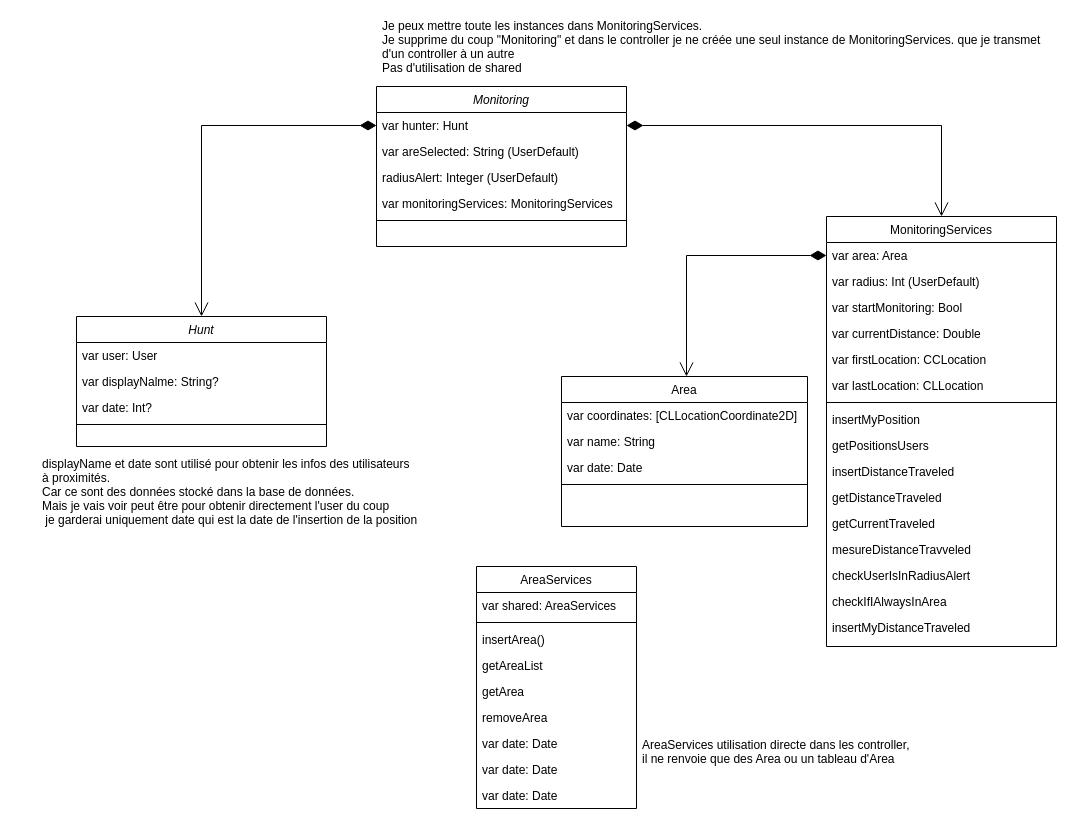
Above: SafelyHunt.drawio in yoan8306/SafelyHunt (draw.io), before the change. Source tidied: cells renumbered, new cells numbered last; positions are measured from the earlier drawing's top-left corner, leaving out a move shared by most shapes. Both pictures are drawn from the tidied source at 100%, with x=0, y=0 at pixel (36, 16).
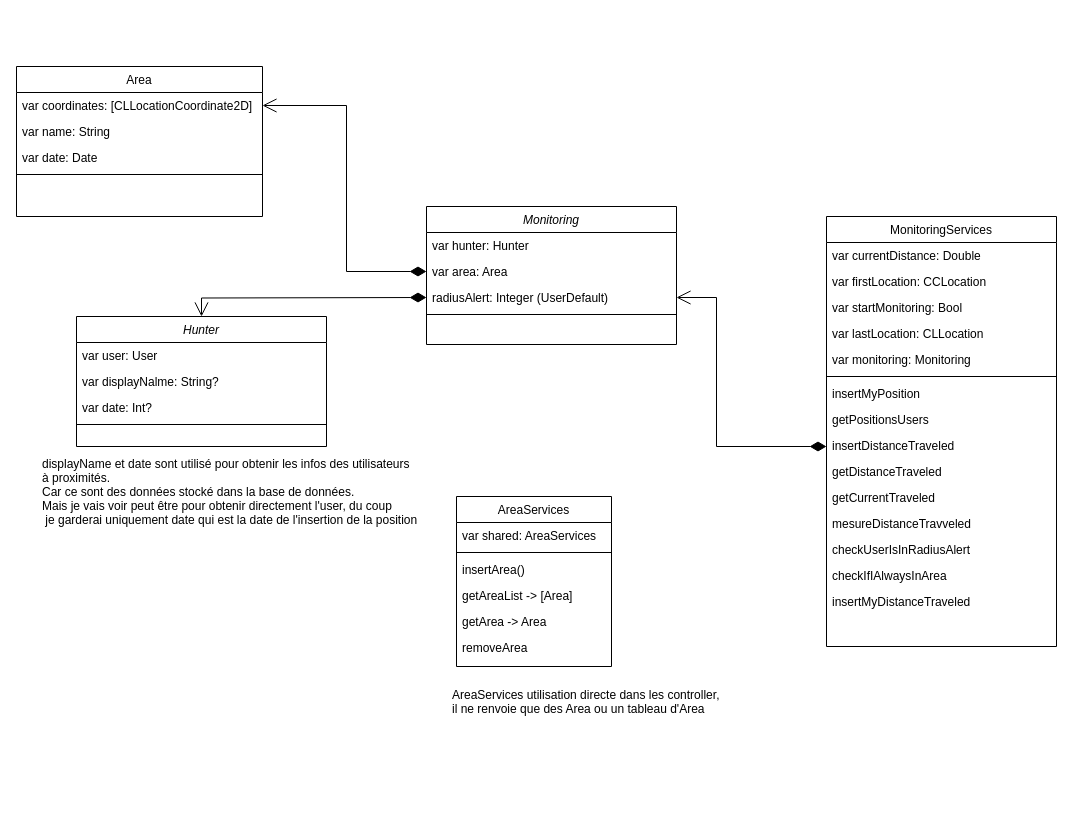
The same diagram, later.

Unchanged cells that the change refers to:
```xml
<mxCell id="5" value="radiusAlert: Integer (UserDefault)" style="text;align=left;verticalAlign=top;spacingLeft=4;spacingRight=4;overflow=hidden;points=[[0,0.5],[1,0.5]];portConstraint=eastwest;rounded=0;shadow=0;html=0;" parent="2" vertex="1">
  <mxGeometry y="78" width="250" height="26" as="geometry" />
</mxCell>
<mxCell id="9" value="var coordinates: [CLLocationCoordinate2D]" style="text;align=left;verticalAlign=top;spacingLeft=4;spacingRight=4;overflow=hidden;points=[[0,0.5],[1,0.5]];portConstraint=eastwest;" parent="8" vertex="1">
  <mxGeometry y="26" width="246" height="26" as="geometry" />
</mxCell>
<mxCell id="23" value="MonitoringServices" style="swimlane;fontStyle=0;align=center;verticalAlign=top;horizontal=1;startSize=26;rounded=0;shadow=0;strokeWidth=1;" parent="1" vertex="1">
  <mxGeometry x="790" y="200" width="230" height="430" as="geometry" />
</mxCell>
```

Diff of the diagram source:
```diff
@@
     <mxCell id="2" value="Monitoring" style="swimlane;fontStyle=2;align=center;verticalAlign=top;horizontal=1;startSize=26;rounded=0;shadow=0;strokeWidth=1;" parent="1" vertex="1">
-      <mxGeometry x="340" y="70" width="250" height="160" as="geometry" />
+      <mxGeometry x="390" y="190" width="250" height="138" as="geometry" />
     </mxCell>
-    <mxCell id="3" value="var hunter: Hunt" style="text;align=left;verticalAlign=top;spacingLeft=4;spacingRight=4;overflow=hidden;points=[[0,0.5],[1,0.5]];portConstraint=eastwest;" parent="2" vertex="1">
+    <mxCell id="3" value="var hunter: Hunter" style="text;align=left;verticalAlign=top;spacingLeft=4;spacingRight=4;overflow=hidden;points=[[0,0.5],[1,0.5]];portConstraint=eastwest;" parent="2" vertex="1">
       <mxGeometry y="26" width="250" height="26" as="geometry" />
     </mxCell>
-    <mxCell id="4" value="var areSelected: String (UserDefault)" style="text;align=left;verticalAlign=top;spacingLeft=4;spacingRight=4;overflow=hidden;rounded=0;shadow=0;html=0;" parent="2" vertex="1">
-      <mxGeometry y="52" width="250" height="26" as="geometry" />
-    </mxCell>
+    <mxCell id="24" value="var area: Area" style="text;align=left;verticalAlign=top;spacingLeft=4;spacingRight=4;overflow=hidden;points=[[0,0.5],[1,0.5]];portConstraint=eastwest;" parent="2" vertex="1">
+      <mxGeometry y="52" width="250" height="26" as="geometry" />
+    </mxCell>
@@
-    <mxCell id="6" value="var monitoringServices: MonitoringServices" style="text;align=left;verticalAlign=top;spacingLeft=4;spacingRight=4;overflow=hidden;" parent="2" vertex="1">
-      <mxGeometry y="104" width="250" height="26" as="geometry" />
-    </mxCell>
     <mxCell id="7" style="line;html=1;strokeWidth=1;align=left;verticalAlign=middle;spacingTop=-1;spacingLeft=3;spacingRight=3;labelPosition=right;" parent="2" vertex="1">
-      <mxGeometry y="130" width="250" height="8" as="geometry" />
+      <mxGeometry y="104" width="250" height="8" as="geometry" />
     </mxCell>
     <mxCell id="8" value="Area" style="swimlane;fontStyle=0;align=center;verticalAlign=top;horizontal=1;startSize=26;rounded=0;shadow=0;strokeWidth=1;" parent="1" vertex="1">
-      <mxGeometry x="525" y="360" width="246" height="150" as="geometry" />
+      <mxGeometry x="-20" y="50" width="246" height="150" as="geometry" />
     </mxCell>
@@
     <mxCell id="13" value="AreaServices" style="swimlane;fontStyle=0;align=center;verticalAlign=top;horizontal=1;startSize=26;rounded=0;shadow=0;strokeWidth=1;" parent="1" vertex="1">
-      <mxGeometry x="440" y="550" width="160" height="242" as="geometry" />
+      <mxGeometry x="420" y="480" width="155" height="170" as="geometry" />
     </mxCell>
     <mxCell id="14" value="var shared: AreaServices" style="text;align=left;verticalAlign=top;spacingLeft=4;spacingRight=4;overflow=hidden;" parent="13" vertex="1">
-      <mxGeometry y="26" width="160" height="26" as="geometry" />
+      <mxGeometry y="26" width="155" height="26" as="geometry" />
     </mxCell>
     <mxCell id="15" style="line;html=1;strokeWidth=1;align=left;verticalAlign=middle;spacingTop=-1;spacingLeft=3;spacingRight=3;labelPosition=right;" parent="13" vertex="1">
-      <mxGeometry y="52" width="160" height="8" as="geometry" />
+      <mxGeometry y="52" width="155" height="8" as="geometry" />
     </mxCell>
     <mxCell id="16" value="insertArea()" style="text;align=left;verticalAlign=top;spacingLeft=4;spacingRight=4;overflow=hidden;" parent="13" vertex="1">
-      <mxGeometry y="60" width="160" height="26" as="geometry" />
+      <mxGeometry y="60" width="155" height="26" as="geometry" />
     </mxCell>
-    <mxCell id="17" value="getAreaList" style="text;align=left;verticalAlign=top;spacingLeft=4;spacingRight=4;overflow=hidden;" parent="13" vertex="1">
-      <mxGeometry y="86" width="160" height="26" as="geometry" />
+    <mxCell id="17" value="getAreaList -&gt; [Area]" style="text;align=left;verticalAlign=top;spacingLeft=4;spacingRight=4;overflow=hidden;" parent="13" vertex="1">
+      <mxGeometry y="86" width="155" height="26" as="geometry" />
     </mxCell>
-    <mxCell id="18" value="getArea" style="text;align=left;verticalAlign=top;spacingLeft=4;spacingRight=4;overflow=hidden;" parent="13" vertex="1">
-      <mxGeometry y="112" width="160" height="26" as="geometry" />
+    <mxCell id="18" value="getArea -&gt; Area" style="text;align=left;verticalAlign=top;spacingLeft=4;spacingRight=4;overflow=hidden;" parent="13" vertex="1">
+      <mxGeometry y="112" width="155" height="26" as="geometry" />
     </mxCell>
     <mxCell id="19" value="removeArea" style="text;align=left;verticalAlign=top;spacingLeft=4;spacingRight=4;overflow=hidden;" parent="13" vertex="1">
-      <mxGeometry y="138" width="160" height="26" as="geometry" />
+      <mxGeometry y="138" width="155" height="26" as="geometry" />
     </mxCell>
-    <mxCell id="20" value="var date: Date" style="text;align=left;verticalAlign=top;spacingLeft=4;spacingRight=4;overflow=hidden;" parent="13" vertex="1">
-      <mxGeometry y="164" width="160" height="26" as="geometry" />
-    </mxCell>
-    <mxCell id="21" value="var date: Date" style="text;align=left;verticalAlign=top;spacingLeft=4;spacingRight=4;overflow=hidden;" parent="13" vertex="1">
-      <mxGeometry y="190" width="160" height="26" as="geometry" />
-    </mxCell>
-    <mxCell id="22" value="var date: Date" style="text;align=left;verticalAlign=top;spacingLeft=4;spacingRight=4;overflow=hidden;" parent="13" vertex="1">
-      <mxGeometry y="216" width="160" height="26" as="geometry" />
-    </mxCell>
@@
-    <mxCell id="24" value="var area: Area" style="text;align=left;verticalAlign=top;spacingLeft=4;spacingRight=4;overflow=hidden;points=[[0,0.5],[1,0.5]];portConstraint=eastwest;" parent="23" vertex="1">
-      <mxGeometry y="26" width="230" height="26" as="geometry" />
-    </mxCell>
-    <mxCell id="25" value="var radius: Int (UserDefault)" style="text;align=left;verticalAlign=top;spacingLeft=4;spacingRight=4;overflow=hidden;rounded=0;shadow=0;html=0;" parent="23" vertex="1">
-      <mxGeometry y="52" width="230" height="26" as="geometry" />
-    </mxCell>
-    <mxCell id="26" value="var startMonitoring: Bool" style="text;align=left;verticalAlign=top;spacingLeft=4;spacingRight=4;overflow=hidden;rounded=0;shadow=0;html=0;" parent="23" vertex="1">
-      <mxGeometry y="78" width="230" height="26" as="geometry" />
-    </mxCell>
     <mxCell id="27" value="var currentDistance: Double" style="text;align=left;verticalAlign=top;spacingLeft=4;spacingRight=4;overflow=hidden;rounded=0;shadow=0;html=0;" parent="23" vertex="1">
-      <mxGeometry y="104" width="230" height="26" as="geometry" />
+      <mxGeometry y="26" width="230" height="26" as="geometry" />
     </mxCell>
     <mxCell id="28" value="var firstLocation: CCLocation" style="text;align=left;verticalAlign=top;spacingLeft=4;spacingRight=4;overflow=hidden;rounded=0;shadow=0;html=0;" parent="23" vertex="1">
-      <mxGeometry y="130" width="230" height="26" as="geometry" />
+      <mxGeometry y="52" width="230" height="26" as="geometry" />
     </mxCell>
+    <mxCell id="26" value="var startMonitoring: Bool" style="text;align=left;verticalAlign=top;spacingLeft=4;spacingRight=4;overflow=hidden;rounded=0;shadow=0;html=0;" parent="23" vertex="1">
+      <mxGeometry y="78" width="230" height="26" as="geometry" />
+    </mxCell>
     <mxCell id="29" value="var lastLocation: CLLocation" style="text;align=left;verticalAlign=top;spacingLeft=4;spacingRight=4;overflow=hidden;rounded=0;shadow=0;html=0;" parent="23" vertex="1">
-      <mxGeometry y="156" width="230" height="26" as="geometry" />
+      <mxGeometry y="104" width="230" height="26" as="geometry" />
     </mxCell>
+    <mxCell id="51" value="var monitoring: Monitoring" style="text;align=left;verticalAlign=top;spacingLeft=4;spacingRight=4;overflow=hidden;rounded=0;shadow=0;html=0;" parent="23" vertex="1">
+      <mxGeometry y="130" width="230" height="26" as="geometry" />
+    </mxCell>
     <mxCell id="30" style="line;html=1;strokeWidth=1;align=left;verticalAlign=middle;spacingTop=-1;spacingLeft=3;spacingRight=3;labelPosition=right;" parent="23" vertex="1">
-      <mxGeometry y="182" width="230" height="8" as="geometry" />
+      <mxGeometry y="156" width="230" height="8" as="geometry" />
     </mxCell>
     <mxCell id="31" value="insertMyPosition" style="text;align=left;verticalAlign=top;spacingLeft=4;spacingRight=4;overflow=hidden;" parent="23" vertex="1">
-      <mxGeometry y="190" width="230" height="26" as="geometry" />
+      <mxGeometry y="164" width="230" height="26" as="geometry" />
     </mxCell>
     <mxCell id="32" value="getPositionsUsers" style="text;align=left;verticalAlign=top;spacingLeft=4;spacingRight=4;overflow=hidden;" parent="23" vertex="1">
-      <mxGeometry y="216" width="230" height="26" as="geometry" />
+      <mxGeometry y="190" width="230" height="26" as="geometry" />
     </mxCell>
     <mxCell id="33" value="insertDistanceTraveled" style="text;align=left;verticalAlign=top;spacingLeft=4;spacingRight=4;overflow=hidden;" parent="23" vertex="1">
-      <mxGeometry y="242" width="230" height="26" as="geometry" />
+      <mxGeometry y="216" width="230" height="26" as="geometry" />
     </mxCell>
     <mxCell id="34" value="getDistanceTraveled" style="text;align=left;verticalAlign=top;spacingLeft=4;spacingRight=4;overflow=hidden;" parent="23" vertex="1">
-      <mxGeometry y="268" width="230" height="26" as="geometry" />
+      <mxGeometry y="242" width="230" height="26" as="geometry" />
     </mxCell>
     <mxCell id="35" value="getCurrentTraveled" style="text;align=left;verticalAlign=top;spacingLeft=4;spacingRight=4;overflow=hidden;" parent="23" vertex="1">
-      <mxGeometry y="294" width="230" height="26" as="geometry" />
+      <mxGeometry y="268" width="230" height="26" as="geometry" />
     </mxCell>
     <mxCell id="36" value="mesureDistanceTravveled" style="text;align=left;verticalAlign=top;spacingLeft=4;spacingRight=4;overflow=hidden;" parent="23" vertex="1">
-      <mxGeometry y="320" width="230" height="26" as="geometry" />
+      <mxGeometry y="294" width="230" height="26" as="geometry" />
     </mxCell>
     <mxCell id="37" value="checkUserIsInRadiusAlert" style="text;align=left;verticalAlign=top;spacingLeft=4;spacingRight=4;overflow=hidden;" parent="23" vertex="1">
-      <mxGeometry y="346" width="230" height="26" as="geometry" />
+      <mxGeometry y="320" width="230" height="26" as="geometry" />
     </mxCell>
     <mxCell id="38" value="checkIfIAlwaysInArea" style="text;align=left;verticalAlign=top;spacingLeft=4;spacingRight=4;overflow=hidden;" parent="23" vertex="1">
-      <mxGeometry y="372" width="230" height="26" as="geometry" />
+      <mxGeometry y="346" width="230" height="26" as="geometry" />
     </mxCell>
     <mxCell id="39" value="insertMyDistanceTraveled" style="text;align=left;verticalAlign=top;spacingLeft=4;spacingRight=4;overflow=hidden;" parent="23" vertex="1">
-      <mxGeometry y="398" width="230" height="26" as="geometry" />
+      <mxGeometry y="372" width="230" height="26" as="geometry" />
     </mxCell>
-    <mxCell id="40" value="Hunt" style="swimlane;fontStyle=2;align=center;verticalAlign=top;horizontal=1;startSize=26;rounded=0;shadow=0;strokeWidth=1;" parent="1" vertex="1">
+    <mxCell id="40" value="Hunter" style="swimlane;fontStyle=2;align=center;verticalAlign=top;horizontal=1;startSize=26;rounded=0;shadow=0;strokeWidth=1;" parent="1" vertex="1">
       <mxGeometry x="40" y="300" width="250" height="130" as="geometry" />
     </mxCell>
@@
-    <mxCell id="45" style="endArrow=open;html=1;endSize=12;startArrow=diamondThin;startSize=14;startFill=1;edgeStyle=orthogonalEdgeStyle;align=left;verticalAlign=bottom;rounded=0;exitX=0;exitY=0.5;exitDx=0;exitDy=0;entryX=0.5;entryY=0;entryDx=0;entryDy=0;" parent="1" edge="1" source="3" target="40">
-      <mxGeometry x="-1" y="3" relative="1" as="geometry" />
+    <mxCell id="45" style="endArrow=open;html=1;endSize=12;startArrow=diamondThin;startSize=14;startFill=1;edgeStyle=orthogonalEdgeStyle;align=left;verticalAlign=bottom;rounded=0;exitX=0;exitY=0.5;exitDx=0;exitDy=0;entryX=0.5;entryY=0;entryDx=0;entryDy=0;" parent="1" edge="1" target="40">
+      <mxGeometry x="-1" y="3" relative="1" as="geometry">
+        <mxPoint x="390" y="281" as="sourcePoint" />
+      </mxGeometry>
     </mxCell>
-    <mxCell id="46" style="endArrow=open;html=1;endSize=12;startArrow=diamondThin;startSize=14;startFill=1;edgeStyle=orthogonalEdgeStyle;align=left;verticalAlign=bottom;rounded=0;exitX=0;exitY=0.5;exitDx=0;exitDy=0;" parent="1" edge="1" source="24">
+    <mxCell id="46" style="endArrow=open;html=1;endSize=12;startArrow=diamondThin;startSize=14;startFill=1;edgeStyle=orthogonalEdgeStyle;align=left;verticalAlign=bottom;rounded=0;exitX=0;exitY=0.5;exitDx=0;exitDy=0;entryX=1;entryY=0.5;entryDx=0;entryDy=0;" parent="1" edge="1" source="24" target="9">
       <mxGeometry x="-1" y="3" relative="1" as="geometry">
-        <mxPoint x="650" y="360" as="targetPoint" />
         <Array as="points">
-          <mxPoint x="650" y="239" />
-          <mxPoint x="650" y="360" />
+          <mxPoint x="310" y="255" />
+          <mxPoint x="310" y="89" />
         </Array>
       </mxGeometry>
     </mxCell>
-    <mxCell id="47" style="endArrow=open;html=1;endSize=12;startArrow=diamondThin;startSize=14;startFill=1;edgeStyle=orthogonalEdgeStyle;align=left;verticalAlign=bottom;rounded=0;entryX=0.5;entryY=0;entryDx=0;entryDy=0;exitX=1;exitY=0.5;exitDx=0;exitDy=0;" parent="1" edge="1" source="3" target="23">
+    <mxCell id="47" style="endArrow=open;html=1;endSize=12;startArrow=diamondThin;startSize=14;startFill=1;edgeStyle=orthogonalEdgeStyle;align=left;verticalAlign=bottom;rounded=0;entryX=1;entryY=0.5;entryDx=0;entryDy=0;" parent="1" edge="1" source="23" target="5">
       <mxGeometry x="-1" y="3" relative="1" as="geometry">
         <Array as="points">
-          <mxPoint x="905" y="109" />
+          <mxPoint x="680" y="430" />
+          <mxPoint x="680" y="281" />
         </Array>
       </mxGeometry>
     </mxCell>
-    <mxCell id="48" value="Je peux mettre toute les instances dans MonitoringServices. &#10;Je supprime du coup &quot;Monitoring&quot; et dans le controller je ne créée une seul instance de MonitoringServices. que je transmet &#10;d'un controller à un autre&#10;Pas d'utilisation de shared" style="text;strokeColor=none;fillColor=none;align=left;verticalAlign=middle;spacingLeft=4;spacingRight=4;overflow=hidden;" parent="1" vertex="1">
-      <mxGeometry x="340" width="680" height="60" as="geometry" />
-    </mxCell>
     <mxCell id="49" value="AreaServices utilisation directe dans les controller, &#10;il ne renvoie que des Area ou un tableau d'Area" style="text;strokeColor=none;fillColor=none;align=left;verticalAlign=middle;spacingLeft=4;spacingRight=4;overflow=hidden;" parent="1" vertex="1">
-      <mxGeometry x="600" y="710" width="290" height="50" as="geometry" />
+      <mxGeometry x="410" y="660" width="290" height="50" as="geometry" />
     </mxCell>
-    <mxCell id="50" value="displayName et date sont utilisé pour obtenir les infos des utilisateurs &#10;à proximités.&#10;Car ce sont des données stocké dans la base de données.&#10;Mais je vais voir peut être pour obtenir directement l'user du coup&#10; je garderai uniquement date qui est la date de l'insertion de la position" style="text;strokeColor=none;fillColor=none;align=left;verticalAlign=middle;spacingLeft=4;spacingRight=4;overflow=hidden;" parent="1" vertex="1">
-      <mxGeometry y="430" width="410" height="90" as="geometry" />
+    <mxCell id="50" value="displayName et date sont utilisé pour obtenir les infos des utilisateurs &#10;à proximités.&#10;Car ce sont des données stocké dans la base de données.&#10;Mais je vais voir peut être pour obtenir directement l'user, du coup&#10; je garderai uniquement date qui est la date de l'insertion de la position" style="text;strokeColor=none;fillColor=none;align=left;verticalAlign=middle;spacingLeft=4;spacingRight=4;overflow=hidden;" parent="1" vertex="1">
+      <mxGeometry y="430" width="400" height="90" as="geometry" />
     </mxCell>
```
